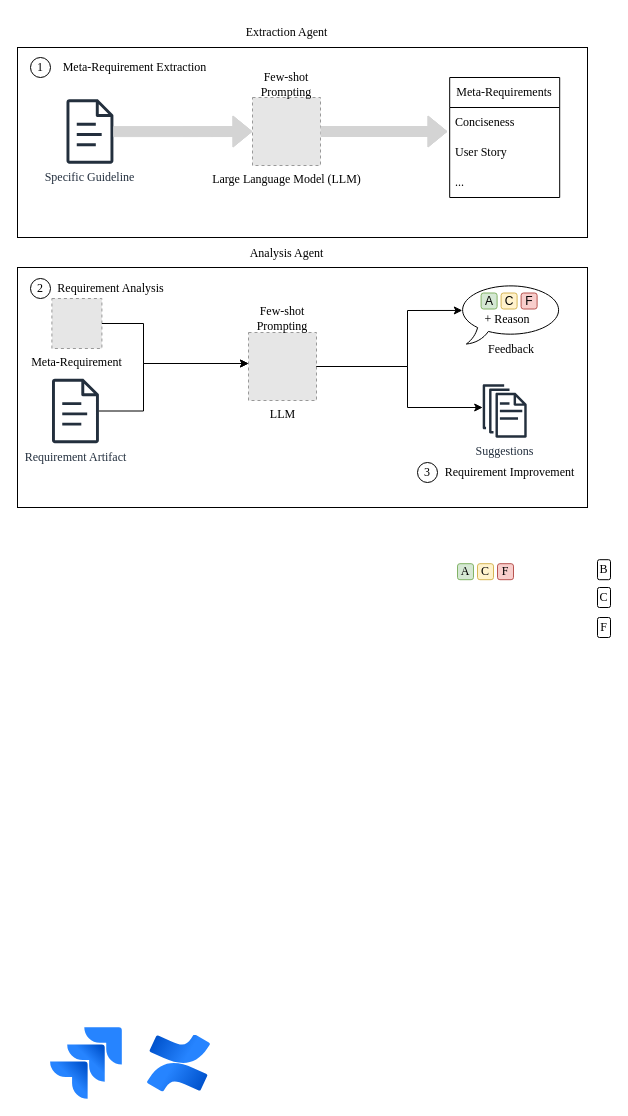
Earlier version of the draw.io diagram Untitled Diagram.drawio (TizianDippold/llm-ticket-checker). Source tidied: cells renumbered, new cells numbered last; positions are measured from the earlier drawing's top-left corner, leaving out a move shared by most shapes. Both pictures are drawn from the tidied source at 100%, with x=0, y=0 at pixel (17, 17). Pictures stored in the file or linked from it are replaced by grey dashed boxes.
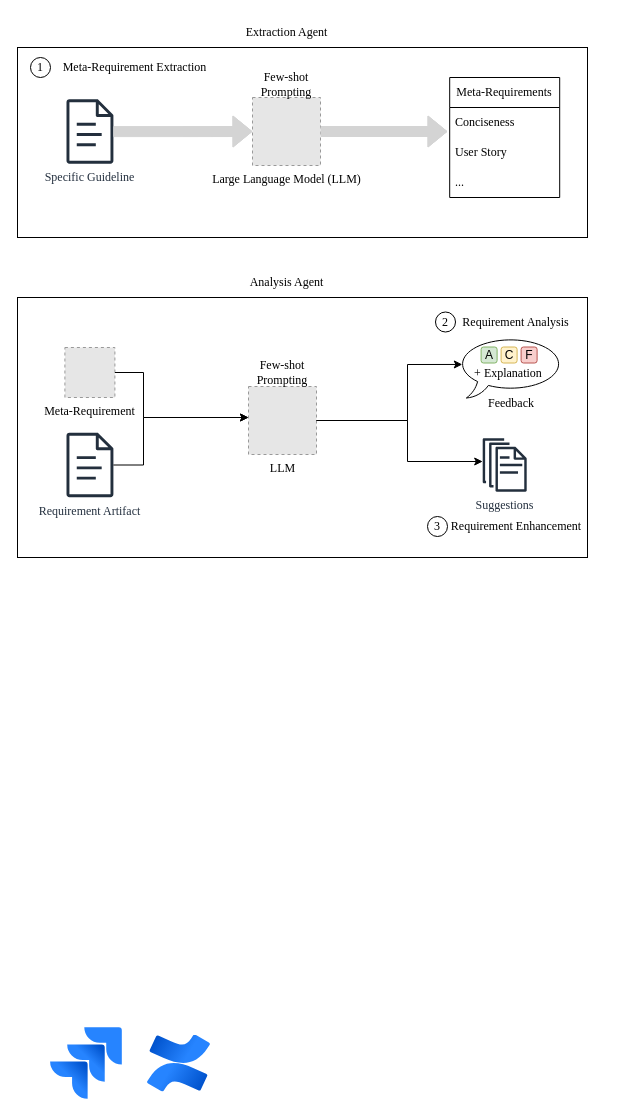
The same page after the edit.

Unchanged cells that the change refers to:
```xml
<mxCell id="38" style="whiteSpace=wrap;html=1;shape=mxgraph.basic.oval_callout;fontFamily=Times New Roman;" parent="37" vertex="1">
  <mxGeometry width="107.2" height="61" as="geometry" />
</mxCell>
```

Diff of the diagram source:
```diff
@@
     <mxCell id="7" style="rounded=0;whiteSpace=wrap;html=1;fontFamily=Times New Roman;" parent="1" vertex="1">
-      <mxGeometry y="250" width="570" height="240" as="geometry" />
+      <mxGeometry y="280" width="570" height="260" as="geometry" />
     </mxCell>
     <mxCell id="8" value="LLM" style="fillColor=#E6E6E6;strokeColor=#999999;dashed=1;html=1;verticalAlign=top;verticalLabelPosition=bottom;labelBackgroundColor=none;fontFamily=Times New Roman;" parent="1" vertex="1">
-      <mxGeometry x="231" y="315" width="68" height="68" as="geometry" />
+      <mxGeometry x="231" y="369" width="68" height="68" as="geometry" />
     </mxCell>
     <mxCell id="9" value="2" style="ellipse;whiteSpace=wrap;html=1;verticalAlign=middle;align=center;fontFamily=Times New Roman;" parent="1" vertex="1">
-      <mxGeometry x="13" y="261" width="20" height="20" as="geometry" />
+      <mxGeometry x="418" y="294.5" width="20" height="20" as="geometry" />
     </mxCell>
     <mxCell id="10" value="Meta-Requirement" style="fillColor=#E6E6E6;strokeColor=#999999;dashed=1;html=1;verticalAlign=top;verticalLabelPosition=bottom;labelBackgroundColor=none;fontFamily=Times New Roman;" parent="1" vertex="1">
-      <mxGeometry x="34.4" y="281" width="50" height="50" as="geometry" />
+      <mxGeometry x="47.4" y="330" width="50" height="50" as="geometry" />
     </mxCell>
@@
     <mxCell id="13" value="Requirement Artifact" style="sketch=0;outlineConnect=0;fontColor=#232F3E;gradientColor=none;fillColor=#232F3D;strokeColor=none;dashed=0;verticalLabelPosition=bottom;verticalAlign=top;align=center;html=1;fontSize=12;fontStyle=0;shape=mxgraph.aws4.document;fontFamily=Times New Roman;" parent="1" vertex="1">
-      <mxGeometry x="34.4" y="361.2" width="47.1" height="64.5" as="geometry" />
+      <mxGeometry x="48.9" y="415.2" width="47.1" height="64.5" as="geometry" />
     </mxCell>
-    <mxCell id="14" style="edgeStyle=orthogonalEdgeStyle;rounded=0;jettySize=auto;html=1;fillStyle=auto;fontFamily=Times New Roman;" parent="1" edge="1" source="10" target="8">
+    <mxCell id="14" style="edgeStyle=orthogonalEdgeStyle;rounded=0;jettySize=auto;html=1;fillStyle=auto;fontFamily=Times New Roman;exitX=1;exitY=0.5;exitDx=0;exitDy=0;" parent="1" edge="1" source="10" target="8">
       <mxGeometry relative="1" as="geometry">
         <Array as="points">
-          <mxPoint x="126" y="306" />
-          <mxPoint x="126" y="346" />
+          <mxPoint x="126" y="355" />
+          <mxPoint x="126" y="400" />
         </Array>
       </mxGeometry>
     </mxCell>
     <mxCell id="15" style="edgeStyle=orthogonalEdgeStyle;rounded=0;jettySize=auto;html=1;fillStyle=auto;fontFamily=Times New Roman;" parent="1" edge="1" source="13" target="8">
       <mxGeometry relative="1" as="geometry">
         <Array as="points">
-          <mxPoint x="126" y="393" />
-          <mxPoint x="126" y="346" />
+          <mxPoint x="126" y="447" />
+          <mxPoint x="126" y="400" />
         </Array>
       </mxGeometry>
     </mxCell>
     <mxCell id="16" value="&lt;font&gt;Requirement Analysis&lt;/font&gt;" style="text;html=1;align=center;verticalAlign=middle;whiteSpace=wrap;rounded=0;fontFamily=Times New Roman;" parent="1" vertex="1">
-      <mxGeometry x="34.5" y="256" width="117" height="30" as="geometry" />
+      <mxGeometry x="439.5" y="289.5" width="117" height="30" as="geometry" />
     </mxCell>
@@
     <mxCell id="18" value="Few-shot Prompting" style="text;html=1;align=center;verticalAlign=middle;whiteSpace=wrap;rounded=0;fontFamily=Times New Roman;" parent="1" vertex="1">
-      <mxGeometry x="235" y="286" width="60" height="30" as="geometry" />
+      <mxGeometry x="235" y="340" width="60" height="30" as="geometry" />
     </mxCell>
     <mxCell id="19" style="edgeStyle=orthogonalEdgeStyle;rounded=0;jettySize=auto;html=1;fillStyle=auto;fontFamily=Times New Roman;entryX=0.045;entryY=0.45;entryDx=0;entryDy=0;entryPerimeter=0;" parent="1" edge="1" source="8" target="38">
       <mxGeometry relative="1" as="geometry">
         <Array as="points">
-          <mxPoint x="390" y="349" />
-          <mxPoint x="390" y="293" />
+          <mxPoint x="390" y="403" />
+          <mxPoint x="390" y="347" />
         </Array>
       </mxGeometry>
     </mxCell>
@@
     <mxCell id="26" value="Analysis Agent" style="text;html=1;align=center;verticalAlign=middle;whiteSpace=wrap;rounded=0;fontFamily=Times New Roman;" parent="1" vertex="1">
-      <mxGeometry x="222.8" y="221" width="92.5" height="30" as="geometry" />
+      <mxGeometry x="222.8" y="250" width="92.5" height="30" as="geometry" />
     </mxCell>
@@
-    <mxCell id="28" value="B" style="rounded=1;whiteSpace=wrap;html=1;fontFamily=Times New Roman;" parent="1" vertex="1">
-      <mxGeometry x="580" y="542.2" width="13" height="20" as="geometry" />
-    </mxCell>
-    <mxCell id="29" value="C" style="rounded=1;whiteSpace=wrap;html=1;fontFamily=Times New Roman;" parent="1" vertex="1">
-      <mxGeometry x="580" y="570" width="13" height="20" as="geometry" />
-    </mxCell>
-    <mxCell id="30" value="F" style="rounded=1;whiteSpace=wrap;html=1;fontFamily=Times New Roman;" parent="1" vertex="1">
-      <mxGeometry x="580" y="600" width="13" height="20" as="geometry" />
-    </mxCell>
     <mxCell id="31" style="edgeStyle=orthogonalEdgeStyle;rounded=0;jettySize=auto;html=1;fillStyle=auto;fontFamily=Times New Roman;" parent="1" edge="1" source="8" target="36">
       <mxGeometry relative="1" as="geometry">
         <Array as="points">
-          <mxPoint x="390" y="349" />
-          <mxPoint x="390" y="390" />
+          <mxPoint x="390" y="403" />
+          <mxPoint x="390" y="444" />
         </Array>
       </mxGeometry>
     </mxCell>
-    <mxCell id="32" style="group;fontFamily=Times New Roman;" parent="1" vertex="1">
-      <mxGeometry x="440" y="546.2" width="56" height="16" as="geometry" />
-    </mxCell>
-    <mxCell id="33" value="A" style="rounded=1;whiteSpace=wrap;html=1;fillColor=#d5e8d4;strokeColor=#82b366;align=center;fontFamily=Times New Roman;" parent="32" vertex="1">
-      <mxGeometry width="16" height="16" as="geometry" />
-    </mxCell>
-    <mxCell id="34" value="C" style="rounded=1;whiteSpace=wrap;html=1;fillColor=#fff2cc;strokeColor=#d6b656;align=center;fontFamily=Times New Roman;" parent="32" vertex="1">
-      <mxGeometry x="20" width="16" height="16" as="geometry" />
-    </mxCell>
-    <mxCell id="35" value="F" style="rounded=1;whiteSpace=wrap;html=1;fillColor=#f8cecc;strokeColor=#b85450;align=center;fontFamily=Times New Roman;" parent="32" vertex="1">
-      <mxGeometry x="40" width="16" height="16" as="geometry" />
-    </mxCell>
     <mxCell id="36" value="Suggestions" style="sketch=0;outlineConnect=0;fontColor=#232F3E;gradientColor=none;fillColor=#232F3D;strokeColor=none;dashed=0;verticalLabelPosition=bottom;verticalAlign=top;align=center;html=1;fontSize=12;fontStyle=0;shape=mxgraph.aws4.documents;fontFamily=Times New Roman;" parent="1" vertex="1">
-      <mxGeometry x="465.2" y="366.7" width="44" height="53.6" as="geometry" />
+      <mxGeometry x="465.2" y="420.7" width="44" height="53.6" as="geometry" />
     </mxCell>
     <mxCell id="37" style="group;" parent="1" vertex="1">
-      <mxGeometry x="440" y="265.5" width="107.2" height="81" as="geometry" />
+      <mxGeometry x="440" y="319.5" width="107.2" height="81" as="geometry" />
     </mxCell>
@@
-    <mxCell id="43" value="+ Reason" style="text;html=1;align=center;verticalAlign=middle;whiteSpace=wrap;rounded=0;fontFamily=Times New Roman;" parent="37" vertex="1">
-      <mxGeometry x="19.6" y="21" width="60" height="30" as="geometry" />
+    <mxCell id="43" value="+ Explanation" style="text;html=1;align=center;verticalAlign=middle;whiteSpace=wrap;rounded=0;fontFamily=Times New Roman;" parent="37" vertex="1">
+      <mxGeometry x="16.4" y="21" width="70.4" height="30" as="geometry" />
     </mxCell>
@@
     <mxCell id="45" value="3" style="ellipse;whiteSpace=wrap;html=1;verticalAlign=middle;align=center;fontFamily=Times New Roman;" parent="1" vertex="1">
-      <mxGeometry x="400" y="445" width="20" height="20" as="geometry" />
+      <mxGeometry x="410" y="499" width="20" height="20" as="geometry" />
     </mxCell>
-    <mxCell id="46" value="&lt;font&gt;Requirement Improvement&lt;/font&gt;" style="text;html=1;align=center;verticalAlign=middle;whiteSpace=wrap;rounded=0;fontFamily=Times New Roman;" parent="1" vertex="1">
-      <mxGeometry x="421.5" y="440" width="140.5" height="30" as="geometry" />
+    <mxCell id="46" value="&lt;font&gt;Requirement Enhancement&lt;/font&gt;" style="text;html=1;align=center;verticalAlign=middle;whiteSpace=wrap;rounded=0;fontFamily=Times New Roman;" parent="1" vertex="1">
+      <mxGeometry x="430" y="494" width="138.2" height="30" as="geometry" />
     </mxCell>
```
